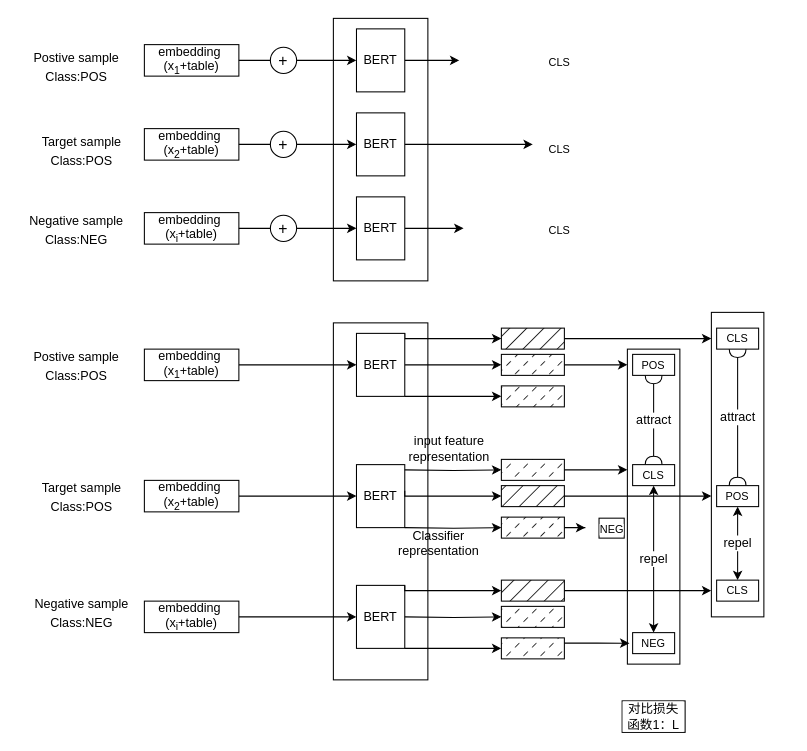
The draw.io diagram DUAL.drawio in dxm0620/first, before the edit. Source tidied: cells renumbered, new cells numbered last; positions are measured from the earlier drawing's top-left corner, leaving out a move shared by most shapes. Both pictures are drawn from the tidied source at 105%, with x=0, y=0 at pixel (18, 18).
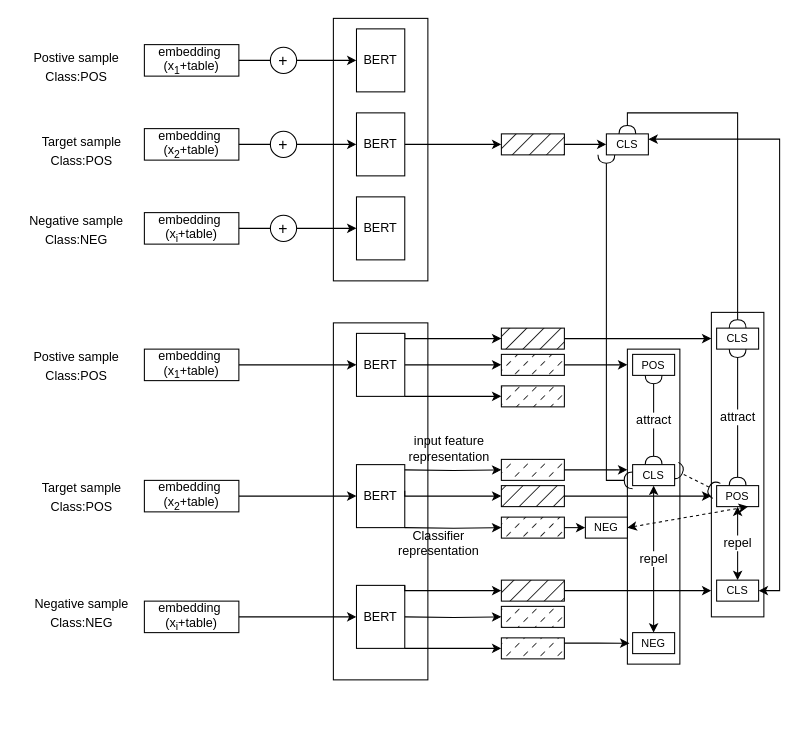
Above is the later version.

Unchanged cells that the change refers to:
```xml
<mxCell id="6" value="BERT" style="rounded=0;whiteSpace=wrap;html=1;" parent="1" vertex="1">
  <mxGeometry x="322" y="10" width="46" height="60" as="geometry" />
</mxCell>
<mxCell id="8" value="BERT" style="rounded=0;whiteSpace=wrap;html=1;" parent="1" vertex="1">
  <mxGeometry x="322" y="90" width="46" height="60" as="geometry" />
</mxCell>
<mxCell id="10" value="BERT" style="rounded=0;whiteSpace=wrap;html=1;" parent="1" vertex="1">
  <mxGeometry x="322" y="170" width="46" height="60" as="geometry" />
</mxCell>
<mxCell id="60" style="rounded=0;whiteSpace=wrap;html=1;labelBackgroundColor=#FFFFFF;strokeWidth=1;fontFamily=Helvetica;fontSize=12;fillStyle=dashed;fillColor=#000000;" parent="1" vertex="1">
  <mxGeometry x="460" y="475" width="60" height="20" as="geometry" />
</mxCell>
<mxCell id="70" value="&lt;span style=&quot;font-size: 10.4167px;&quot;&gt;POS&lt;/span&gt;" style="rounded=0;whiteSpace=wrap;html=1;labelBackgroundColor=#FFFFFF;labelBorderColor=none;fillStyle=auto;strokeWidth=1;fontFamily=Helvetica;fontSize=12;fillColor=#FFFFFF;" parent="1" vertex="1">
  <mxGeometry x="665" y="445" width="40" height="20" as="geometry" />
</mxCell>
<mxCell id="72" value="&lt;span style=&quot;font-size: 10.4167px;&quot;&gt;CLS&lt;/span&gt;" style="rounded=0;whiteSpace=wrap;html=1;labelBackgroundColor=#FFFFFF;labelBorderColor=none;fillStyle=auto;strokeWidth=1;fontFamily=Helvetica;fontSize=12;fillColor=#FFFFFF;" parent="1" vertex="1">
  <mxGeometry x="585" y="425" width="40" height="20" as="geometry" />
</mxCell>
<mxCell id="74" value="&lt;span style=&quot;font-size: 10.4167px;&quot;&gt;CLS&lt;/span&gt;" style="rounded=0;whiteSpace=wrap;html=1;labelBackgroundColor=#FFFFFF;labelBorderColor=none;fillStyle=auto;strokeWidth=1;fontFamily=Helvetica;fontSize=12;fillColor=#FFFFFF;" parent="1" vertex="1">
  <mxGeometry x="665" y="295" width="40" height="20" as="geometry" />
</mxCell>
<mxCell id="75" value="&lt;span style=&quot;font-size: 10.4167px;&quot;&gt;CLS&lt;/span&gt;" style="rounded=0;whiteSpace=wrap;html=1;labelBackgroundColor=#FFFFFF;labelBorderColor=none;fillStyle=auto;strokeWidth=1;fontFamily=Helvetica;fontSize=12;fillColor=#FFFFFF;" parent="1" vertex="1">
  <mxGeometry x="665" y="535" width="40" height="20" as="geometry" />
</mxCell>
```

What changed in the source:
```diff
@@
-    <mxCell id="5" style="edgeStyle=orthogonalEdgeStyle;rounded=0;jettySize=auto;html=1;exitX=1;exitY=0.5;exitDx=0;exitDy=0;fontFamily=Helvetica;fontSize=15;" parent="1" edge="1" source="6">
-      <mxGeometry relative="1" as="geometry">
-        <mxPoint x="420" y="40" as="targetPoint" />
-      </mxGeometry>
-    </mxCell>
@@
-    <mxCell id="7" style="edgeStyle=orthogonalEdgeStyle;rounded=0;jettySize=auto;html=1;exitX=1;exitY=0.5;exitDx=0;exitDy=0;fontFamily=Helvetica;fontSize=15;entryX=0;entryY=0.417;entryDx=0;entryDy=0;entryPerimeter=0;" parent="1" edge="1" source="8" target="23">
-      <mxGeometry relative="1" as="geometry" />
-    </mxCell>
+    <mxCell id="82" style="edgeStyle=none;rounded=0;jettySize=auto;html=1;exitX=1;exitY=0.5;exitDx=0;exitDy=0;startArrow=none;startFill=0;endArrow=classic;endFill=1;strokeColor=none;" parent="1" edge="1" source="8" target="87">
+      <mxGeometry relative="1" as="geometry" />
+    </mxCell>
+    <mxCell id="83" style="edgeStyle=none;rounded=0;jettySize=auto;html=1;exitX=1;exitY=0.5;exitDx=0;exitDy=0;entryX=0;entryY=0.5;entryDx=0;entryDy=0;startArrow=none;startFill=0;endArrow=classic;endFill=1;" parent="1" edge="1" source="8" target="87">
+      <mxGeometry relative="1" as="geometry" />
+    </mxCell>
@@
-    <mxCell id="9" style="edgeStyle=orthogonalEdgeStyle;rounded=0;jettySize=auto;html=1;exitX=1;exitY=0.5;exitDx=0;exitDy=0;fontFamily=Helvetica;fontSize=15;" parent="1" edge="1" source="10">
-      <mxGeometry relative="1" as="geometry">
-        <mxPoint x="424" y="200" as="targetPoint" />
-      </mxGeometry>
-    </mxCell>
@@
-    <mxCell id="23" value="&lt;span style=&quot;font-size: 10.4167px;&quot;&gt;CLS&lt;/span&gt;" style="text;html=1;align=center;verticalAlign=middle;points=[];strokeColor=none;fillColor=none;fontSize=15;fontFamily=Helvetica;" parent="1" vertex="1">
-      <mxGeometry x="490" y="107.5" width="50" height="30" as="geometry" />
-    </mxCell>
-    <mxCell id="24" value="&lt;span style=&quot;font-size: 10.4167px;&quot;&gt;CLS&lt;/span&gt;" style="text;html=1;align=center;verticalAlign=middle;strokeColor=none;fillColor=none;fontSize=15;fontFamily=Helvetica;" parent="1" vertex="1">
-      <mxGeometry x="490" y="25" width="50" height="30" as="geometry" />
-    </mxCell>
@@
-    <mxCell id="45" value="&lt;span style=&quot;font-size: 10.4167px;&quot;&gt;CLS&lt;/span&gt;" style="text;html=1;align=center;verticalAlign=middle;strokeColor=none;fillColor=none;fontSize=15;fontFamily=Helvetica;" parent="1" vertex="1">
-      <mxGeometry x="490" y="185" width="50" height="30" as="geometry" />
-    </mxCell>
@@
-    <mxCell id="59" style="edgeStyle=orthogonalEdgeStyle;rounded=0;jettySize=auto;html=1;exitX=1;exitY=0.5;exitDx=0;exitDy=0;fontFamily=Helvetica;fontSize=12;" parent="1" edge="1" source="60" target="61">
-      <mxGeometry relative="1" as="geometry" />
+    <mxCell id="59" style="edgeStyle=orthogonalEdgeStyle;rounded=0;jettySize=auto;html=1;exitX=1;exitY=0.5;exitDx=0;exitDy=0;fontFamily=Helvetica;fontSize=12;" parent="1" edge="1" source="60">
+      <mxGeometry relative="1" as="geometry">
+        <mxPoint x="540" y="485" as="targetPoint" />
+      </mxGeometry>
     </mxCell>
@@
-    <mxCell id="61" value="&lt;span style=&quot;font-size: 10.4167px; background-color: rgb(255, 255, 255);&quot;&gt;NEG&lt;/span&gt;" style="text;html=1;align=center;verticalAlign=middle;points=[];fontSize=15;fontFamily=Helvetica;strokeWidth=2;labelBorderColor=default;" parent="1" vertex="1">
-      <mxGeometry x="540" y="470" width="50" height="30" as="geometry" />
-    </mxCell>
@@
+    <mxCell id="84" style="rounded=0;jettySize=auto;html=1;exitX=0;exitY=0.25;exitDx=0;exitDy=0;entryX=1;entryY=0.25;entryDx=0;entryDy=0;dashed=1;startArrow=halfCircle;startFill=0;endArrow=halfCircle;endFill=0;" parent="1" edge="1" source="70" target="72">
+      <mxGeometry relative="1" as="geometry" />
+    </mxCell>
@@
-    <mxCell id="81" value="对比损失函数1：L" style="rounded=0;whiteSpace=wrap;html=1;labelBackgroundColor=#FFFFFF;labelBorderColor=none;fillStyle=auto;strokeWidth=1;fontFamily=Helvetica;fontSize=12;fillColor=#FFFFFF;" parent="1" vertex="1">
-      <mxGeometry x="575" y="650" width="60" height="30" as="geometry" />
-    </mxCell>
+    <mxCell id="85" style="rounded=0;jettySize=auto;html=1;exitX=1;exitY=0.5;exitDx=0;exitDy=0;entryX=0.75;entryY=1;entryDx=0;entryDy=0;startArrow=classic;startFill=1;dashed=1;" parent="1" edge="1" source="61" target="70">
+      <mxGeometry relative="1" as="geometry" />
+    </mxCell>
+    <mxCell id="61" value="&lt;span style=&quot;font-size: 10.4167px;&quot;&gt;NEG&lt;/span&gt;" style="rounded=0;whiteSpace=wrap;html=1;labelBackgroundColor=#FFFFFF;labelBorderColor=none;fillStyle=auto;strokeWidth=1;fontFamily=Helvetica;fontSize=12;fillColor=#FFFFFF;" parent="1" vertex="1">
+      <mxGeometry x="540" y="475" width="40" height="20" as="geometry" />
+    </mxCell>
+    <mxCell id="86" style="edgeStyle=orthogonalEdgeStyle;rounded=0;jettySize=auto;html=1;exitX=1;exitY=0.5;exitDx=0;exitDy=0;entryX=0;entryY=0.5;entryDx=0;entryDy=0;startArrow=none;startFill=0;endArrow=classic;endFill=1;" parent="1" edge="1" source="87" target="91">
+      <mxGeometry relative="1" as="geometry" />
+    </mxCell>
+    <mxCell id="87" style="rounded=0;whiteSpace=wrap;html=1;labelBackgroundColor=#FFFFFF;strokeWidth=1;fontFamily=Helvetica;fontSize=12;fillStyle=hatch;fillColor=#000000;" parent="1" vertex="1">
+      <mxGeometry x="460" y="110" width="60" height="20" as="geometry" />
+    </mxCell>
+    <mxCell id="88" style="edgeStyle=orthogonalEdgeStyle;rounded=0;jettySize=auto;html=1;exitX=0.5;exitY=0;exitDx=0;exitDy=0;entryX=0.5;entryY=0;entryDx=0;entryDy=0;startArrow=halfCircle;startFill=0;endArrow=halfCircle;endFill=0;" parent="1" edge="1" source="91" target="74">
+      <mxGeometry relative="1" as="geometry" />
+    </mxCell>
+    <mxCell id="89" style="edgeStyle=orthogonalEdgeStyle;rounded=0;jettySize=auto;html=1;exitX=0;exitY=1;exitDx=0;exitDy=0;entryX=0;entryY=0.75;entryDx=0;entryDy=0;startArrow=halfCircle;startFill=0;endArrow=halfCircle;endFill=0;" parent="1" edge="1" source="91" target="72">
+      <mxGeometry relative="1" as="geometry" />
+    </mxCell>
+    <mxCell id="90" style="edgeStyle=orthogonalEdgeStyle;rounded=0;jettySize=auto;html=1;exitX=1;exitY=0.25;exitDx=0;exitDy=0;entryX=1;entryY=0.5;entryDx=0;entryDy=0;startArrow=classic;startFill=1;endArrow=classic;endFill=1;" parent="1" edge="1" source="91" target="75">
+      <mxGeometry relative="1" as="geometry" />
+    </mxCell>
+    <mxCell id="91" value="&lt;span style=&quot;font-size: 10.4167px;&quot;&gt;CLS&lt;/span&gt;" style="rounded=0;whiteSpace=wrap;html=1;labelBackgroundColor=#FFFFFF;labelBorderColor=none;fillStyle=auto;strokeWidth=1;fontFamily=Helvetica;fontSize=12;fillColor=#FFFFFF;" parent="1" vertex="1">
+      <mxGeometry x="560" y="110" width="40" height="20" as="geometry" />
+    </mxCell>
```
